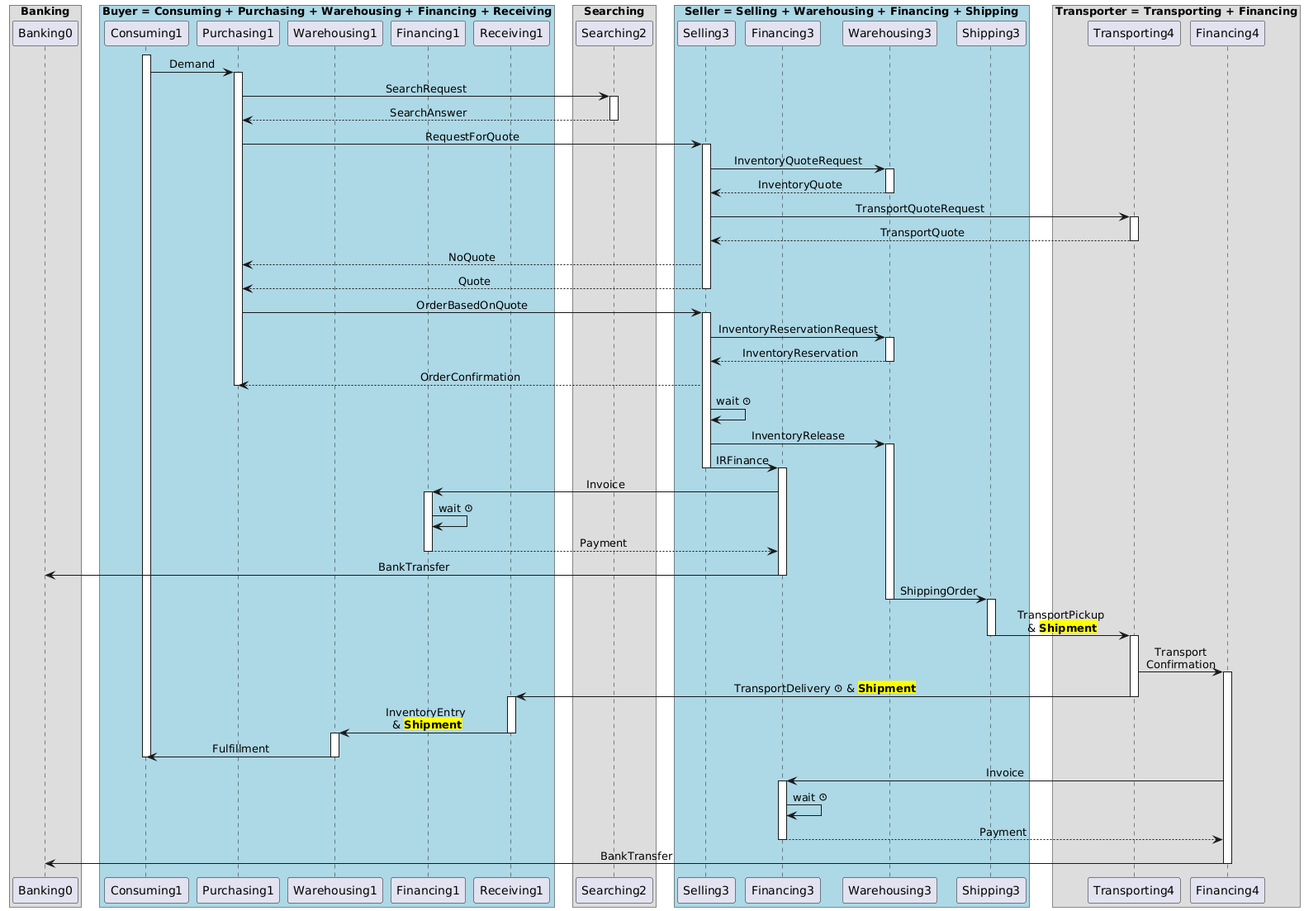
Earlier version of the PlantUML export supplychain-core/doc/design/process-demand-rfq.png (averbraeck/dsol-supplychain).
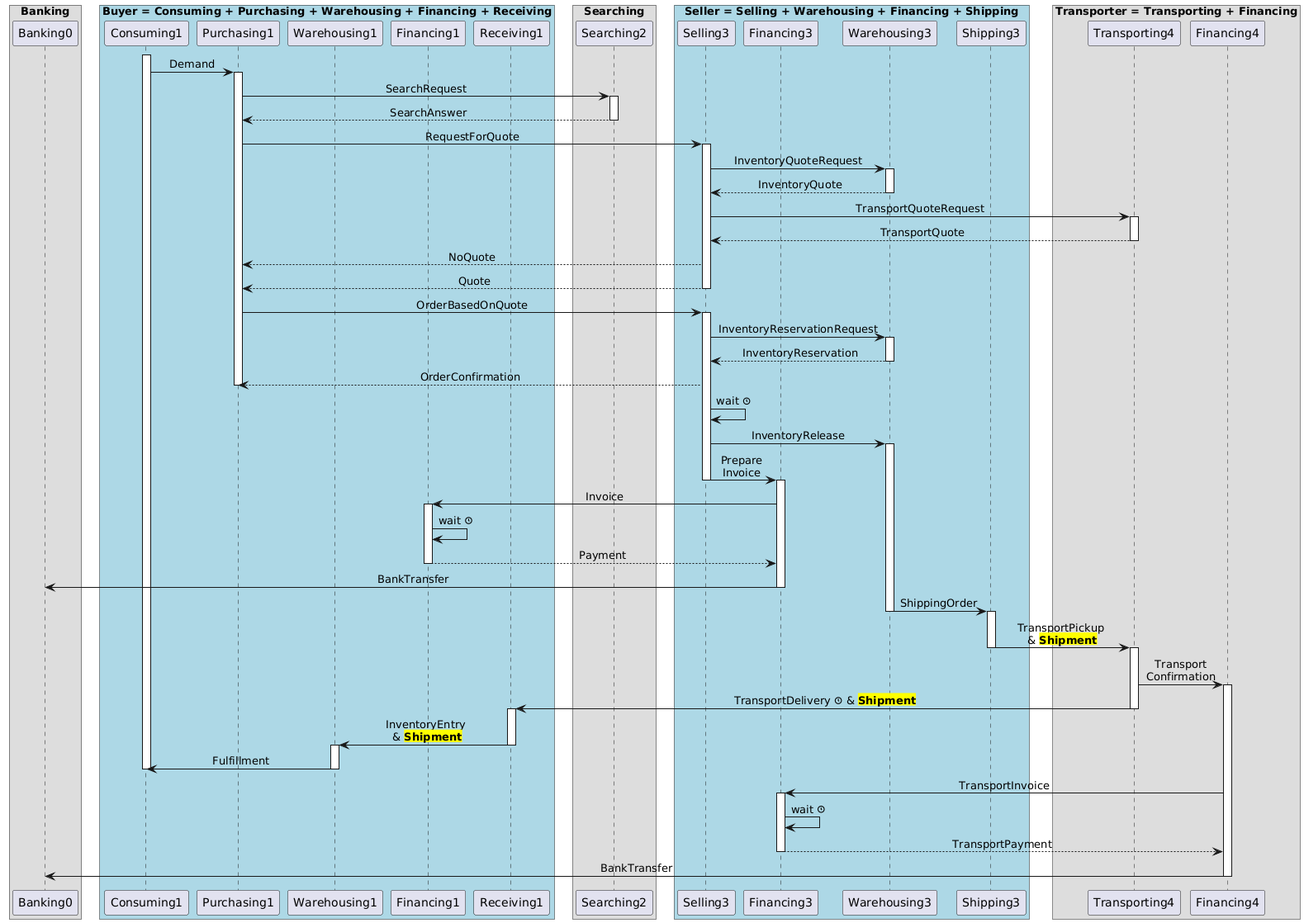
After the commit.

Commit message:
Update of process demand png file

Diff of the diagram source:
```diff
@@ -57,7 +57,7 @@
   SR3 -> SR3: wait <&clock>
   SR3 -> WR3: InventoryRelease
   activate WR3
-  SR3 -> FR3: IRFinance
+  SR3 -> FR3: Prepare\nInvoice
     deactivate SR3
     activate FR3
     FR3 -> FR1: Invoice
@@ -85,10 +85,10 @@
       WR1 -> CR1: Fulfillment
       deactivate WR1
   deactivate CR1
-    FR4 -> FR3: Invoice
+    FR4 -> FR3: TransportInvoice
     activate FR3
       FR3 -> FR3: wait <&clock>
-      FR3 --> FR4: Payment
+      FR3 --> FR4: TransportPayment
       deactivate FR3
     FR4 -> BR0: BankTransfer
   deactivate FR4
```
